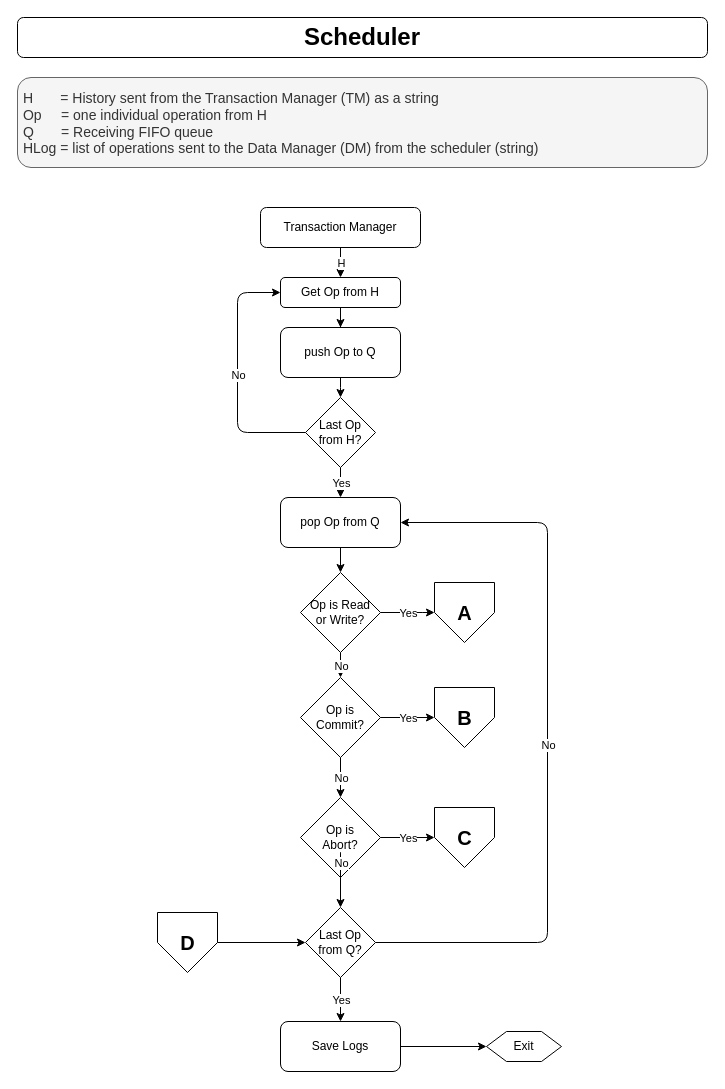
This is Design/CS 5570 Team4 Design - Scheduler.drawio from Rod-Skoglund/CS5570-Project, a draw.io file, before an edit. Source tidied: cells renumbered, new cells numbered last; positions are measured from the earlier drawing's top-left corner, leaving out a move shared by most shapes. Both pictures are drawn from the tidied source at 100%, with x=0, y=0 at pixel (17, 17).
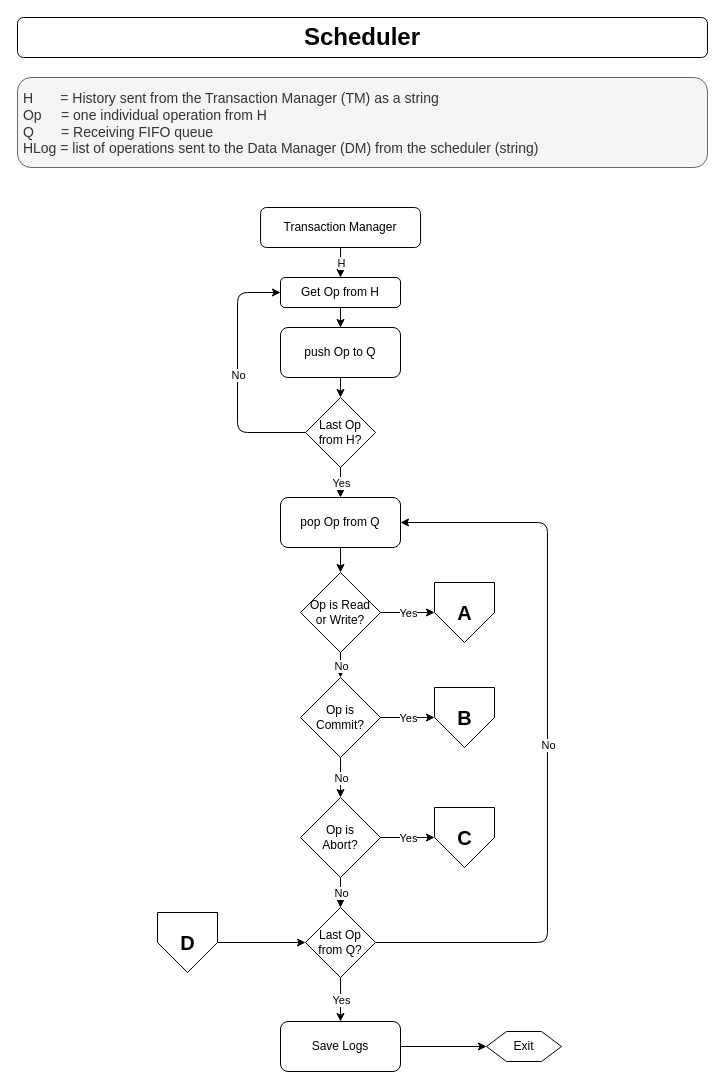
Above is the later version.

Commit message:
Fix minor connection error

Unchanged cells that the change refers to:
```xml
<mxCell id="20" value="Last Op from Q?" style="rhombus;whiteSpace=wrap;html=1;" parent="1" vertex="1">
  <mxGeometry x="288" y="890" width="70" height="70" as="geometry" />
</mxCell>
<mxCell id="30" value="Op is &lt;br&gt;Abort?" style="rhombus;whiteSpace=wrap;html=1;" parent="1" vertex="1">
  <mxGeometry x="283" y="780" width="80" height="80" as="geometry" />
</mxCell>
```

The edit, as a diff of the source:
```diff
@@
-    <mxCell id="37" style="endArrow=classic;html=1;edgeStyle=orthogonalEdgeStyle;exitX=0.5;exitY=1;exitDx=0;exitDy=0;entryX=0.5;entryY=0;entryDx=0;entryDy=0;" parent="1" edge="1" source="30" target="20">
-      <mxGeometry x="598.8" y="467.1" as="geometry">
-        <Array as="points">
-          <mxPoint x="323" y="830" />
-          <mxPoint x="323" y="830" />
-        </Array>
-      </mxGeometry>
+    <mxCell id="37" style="endArrow=classic;html=1;edgeStyle=orthogonalEdgeStyle;entryX=0.5;entryY=0;entryDx=0;entryDy=0;exitX=0.5;exitY=1;exitDx=0;exitDy=0;" parent="1" edge="1" source="30" target="20">
+      <mxGeometry x="598.8" y="467.1" as="geometry" />
     </mxCell>
```
